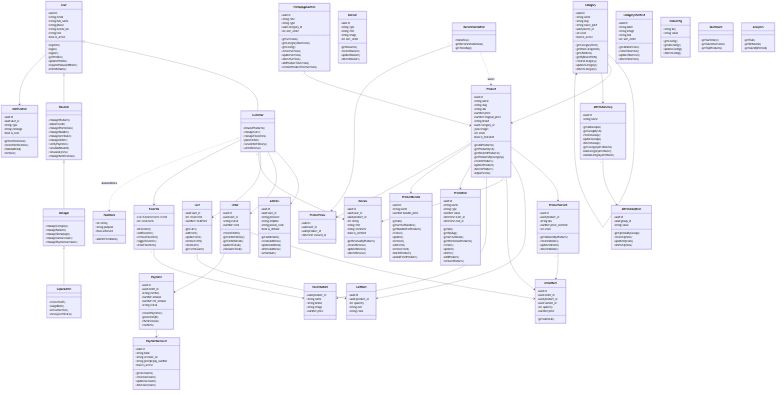
Above: docs/diagrams/02-class-diagram.png in flukerzanmk5547/Project-204 (Mermaid), before the change. Its source is kept beside it as docs/diagrams/02-class-diagram.mmd.
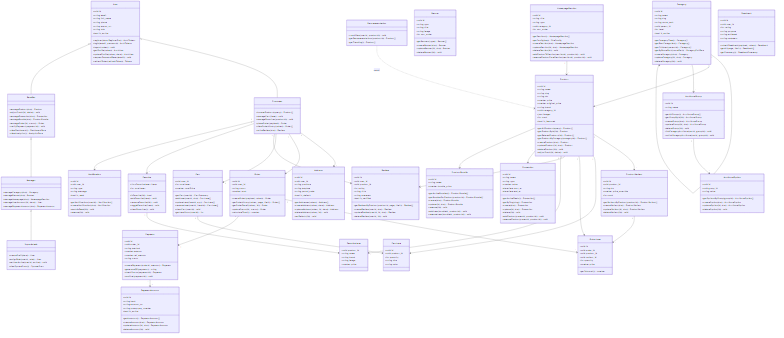
The same diagram one commit later.

Commit message:
docs: add parameters and return types to class diagram methods

Every method now shows its parameters and a return type (void where
nothing is returned), derived from the real api.ts functions and backend
services - e.g. login(email, password) AuthTokens, deleteProduct(id) void,
getOrderHistory(token, page, limit) Order[].

Change to the diagram source:
```diff
@@ -9,46 +9,44 @@
         +string avatar_url
         +string role
         +bool is_active
-        +register()
-        +login()
-        +logout()
-        +getProfile()
-        +updateProfile()
-        +requestPasswordReset()
-        +refreshToken()
+        +register(data RegisterDto) AuthTokens
+        +login(email, password) AuthTokens
+        +logout(token) void
+        +getProfile(token) AuthUser
+        +updateProfile(token, data) AuthUser
+        +requestPasswordReset(email) void
+        +refreshToken(refreshToken) Tokens
     }
     class Customer {
-        +browseProducts()
-        +manageCart()
-        +manageFavorites()
-        +placeOrder()
-        +viewOrderHistory()
-        +writeReview()
+        +browseProducts(query) Product[]
+        +manageCart(item) void
+        +manageFavorites(productId) void
+        +placeOrder(payload) Order
+        +viewOrderHistory(token) Order[]
+        +writeReview(dto) Review
     }
     class Reseller {
-        +manageProduct()
-        +adjustStock()
-        +managePromotion()
-        +manageBundle()
-        +manageAttribute()
-        +manageOrder()
-        +verifyPayment()
-        +viewDashboard()
-        +viewAnalytics()
-        +manageNotification()
+        +manageProduct(dto) Product
+        +adjustStock(id, delta) void
+        +managePromotion(dto) Promotion
+        +manageBundle(dto) ProductBundle
+        +manageOrder(id, status) Order
+        +verifyPayment(paymentId) void
+        +viewDashboard() DashboardData
+        +viewAnalytics() AnalyticsData
     }
     class Manager {
-        +manageCategory()
-        +manageBanner()
-        +manageHomepage()
-        +manageUserAccount()
-        +managePaymentAccount()
+        +manageCategory(dto) Category
+        +manageBanner(dto) Banner
+        +manageHomepage(dto) HomepageSection
+        +manageUserAccount(id, data) User
+        +managePaymentAccount(dto) PaymentAccount
     }
     class SuperAdmin {
-        +createStaff()
-        +assignRole()
-        +setUserActive()
-        +viewSystemStats()
+        +createStaff(data) User
+        +assignRole(userId, role) User
+        +setUserActive(userId, active) void
+        +viewSystemStats() SystemStats
     }
 
     class Category {
@@ -59,13 +57,13 @@
         +uuid parent_id
         +int level
         +bool is_active
-        +getCategoryTree()
-        +getRootCategories()
-        +getChildren()
-        +getByRoutePath()
-        +createCategory()
-        +updateCategory()
-        +deleteCategory()
+        +getCategoryTree() Category[]
+        +getRootCategories() Category[]
+        +getChildren(parentId) Category[]
+        +getByRoutePath(routePath) CategoryFullData
+        +createCategory(dto) Category
+        +updateCategory(id, dto) Category
+        +deleteCategory(id) void
     }
     class Product {
         +uuid id
@@ -79,14 +77,14 @@
         +json images
         +int stock
         +bool is_featured
-        +getAllProducts()
-        +getProductById()
-        +getRelatedProducts()
-        +getProductsByCategory()
-        +createProduct()
-        +updateProduct()
-        +deleteProduct()
-        +adjustStock()
+        +getAllProducts(query) Product[]
+        +getProductById(id) Product
+        +getRelatedProducts(id) Product[]
+        +getProductsByCategory(categoryId) Product[]
+        +createProduct(dto) Product
+        +updateProduct(id, dto) Product
+        +deleteProduct(id) void
+        +adjustStock(id, delta) void
     }
     class ProductVariant {
         +uuid id
@@ -94,43 +92,42 @@
         +string sku
         +number price_override
         +int stock
-        +getVariantsByProduct()
-        +createVariant()
-        +updateVariant()
-        +deleteVariant()
+        +getVariantsByProduct(productId) ProductVariant[]
+        +createVariant(dto) ProductVariant
+        +updateVariant(id, dto) ProductVariant
+        +deleteVariant(id) void
     }
     class AttributeGroup {
         +uuid id
         +string name
-        +getAllGroups()
-        +getGroupById()
-        +createGroup()
-        +updateGroup()
-        +deleteGroup()
-        +getCategoryAttributes()
-        +linkCategoryAttribute()
-        +unlinkCategoryAttribute()
+        +getAllGroups() AttributeGroup[]
+        +getGroupById(id) AttributeGroup
+        +createGroup(dto) AttributeGroup
+        +updateGroup(id, dto) AttributeGroup
+        +deleteGroup(id) void
+        +linkCategoryAttribute(catId, groupId) void
+        +unlinkCategoryAttribute(catId, groupId) void
     }
     class AttributeOption {
         +uuid id
         +uuid group_id
         +string value
-        +getOptionsByGroup()
-        +createOption()
-        +updateOption()
-        +deleteOption()
+        +getOptionsByGroup(groupId) AttributeOption[]
+        +createOption(dto) AttributeOption
+        +updateOption(id, dto) AttributeOption
+        +deleteOption(id) void
     }
 
     class Cart {
         +uuid user_id
         +int totalItems
         +number totalPrice
-        +getCart()
-        +addItem()
-        +updateItem()
-        +removeItem()
-        +clearCart()
-        +getItemCount()
+        +getCart(userId) CartSummary
+        +addItem(userId, dto) CartItem[]
+        +updateItem(itemId, qty) CartItem[]
+        +removeItem(userId, itemId) CartItem[]
+        +clearCart(userId) void
+        +getItemCount(userId) int
     }
     class CartItem {
         +uuid id
@@ -143,11 +140,11 @@
     class Favorite {
         +List~FavoriteItem~ items
         +int totalItems
-        +isFavorite()
-        +addFavorite()
-        +removeFavorite()
-        +toggleFavorite()
-        +clearFavorites()
+        +isFavorite(id) bool
+        +addFavorite(item) void
+        +removeFavorite(id) void
+        +toggleFavorite(item) void
+        +clearFavorites() void
     }
     class FavoriteItem {
         +uuid product_id
@@ -162,11 +159,11 @@
         +uuid user_id
         +string status
         +number total
-        +createOrder()
-        +getOrderHistory()
-        +getOrderDetail()
-        +updateStatus()
-        +calculateTotal()
+        +createOrder(payload, token) Order
+        +getOrderHistory(token, page, limit) Order[]
+        +getOrderDetail(token, id) Order
+        +updateStatus(id, status) Order
+        +calculateTotal() number
     }
     class OrderItem {
         +uuid id
@@ -175,7 +172,7 @@
         +uuid variant_id
         +int quantity
         +number price
-        +getSubtotal()
+        +getSubtotal() number
     }
     class Payment {
         +uuid id
@@ -184,10 +181,21 @@
         +number amount
         +number ref_amount
         +string status
-        +createPayment()
-        +generateQR()
-        +checkStatus()
-        +confirm()
+        +createPayment(orderId, amount) Payment
+        +generateQR(payment) string
+        +checkStatus(paymentId) Payment
+        +confirm(paymentId) void
+    }
+    class PaymentAccount {
+        +uuid id
+        +string bank
+        +string account_no
+        +string promptpay_number
+        +bool is_active
+        +getAccounts() PaymentAccount[]
+        +createAccount(dto) PaymentAccount
+        +updateAccount(id, dto) PaymentAccount
+        +deleteAccount(id) void
     }
     class Address {
         +uuid id
@@ -196,11 +204,11 @@
         +string amphoe
         +string postal_code
         +bool is_default
-        +getAddresses()
-        +createAddress()
-        +updateAddress()
-        +deleteAddress()
-        +setDefault()
+        +getAddresses(token) Address[]
+        +createAddress(token, data) Address
+        +updateAddress(token, id, data) Address
+        +deleteAddress(token, id) void
+        +setDefault(id) void
     }
     class Review {
         +uuid id
@@ -210,10 +218,10 @@
         +string title
         +string comment
         +bool is_verified
-        +getReviewsByProduct()
-        +createReview()
-        +updateReview()
-        +deleteReview()
+        +getReviewsByProduct(productId, page, limit) Review[]
+        +createReview(userId, dto) Review
+        +updateReview(userId, id, dto) Review
+        +deleteReview(userId, id) void
     }
 
     class Banner {
@@ -222,10 +230,10 @@
         +string title
         +string image
         +int sort_order
-        +getBanners()
-        +createBanner()
-        +updateBanner()
-        +deleteBanner()
+        +getBanners(type) Banner[]
+        +createBanner(dto) Banner
+        +updateBanner(id, dto) Banner
+        +deleteBanner(id) void
     }
     class Promotion {
         +uuid id
@@ -234,30 +242,25 @@
         +number value
         +datetime start_at
         +datetime end_at
-        +getAll()
-        +getBySlug()
-        +getActiveDeals()
-        +getPromotionProducts()
-        +create()
-        +update()
-        +delete()
-        +addProduct()
-        +removeProduct()
+        +getActiveDeals() Promotion[]
+        +getBySlug(slug) Promotion
+        +create(dto) Promotion
+        +update(id, dto) Promotion
+        +delete(id) void
+        +addProduct(promoId, productId) void
+        +removeProduct(promoId, productId) void
     }
     class ProductBundle {
         +uuid id
         +string name
         +number bundle_price
-        +getAll()
-        +getActiveBundles()
-        +getBundlesForProduct()
-        +create()
-        +update()
-        +remove()
-        +addItem()
-        +removeItem()
-        +linkToProduct()
-        +unlinkFromProduct()
+        +getActiveBundles() ProductBundle[]
+        +getBundlesForProduct(productId) ProductBundle[]
+        +create(dto) ProductBundle
+        +update(id, dto) ProductBundle
+        +remove(id) void
+        +addItem(bundleId, productId) void
+        +removeItem(bundleId, productId) void
     }
     class HomepageSection {
         +uuid id
@@ -265,55 +268,18 @@
         +string type
         +uuid category_id
         +int sort_order
-        +getSections()
-        +getCategoryShortcuts()
-        +getConfig()
-        +createSection()
-        +updateSection()
-        +deleteSection()
-        +addProductToSection()
-        +removeProductFromSection()
+        +getSections() HomepageSection[]
+        +getConfig(key) SiteConfig
+        +createSection(dto) HomepageSection
+        +updateSection(id, dto) HomepageSection
+        +deleteSection(id) void
+        +addProductToSection(sectionId, productId) void
+        +removeProductFromSection(sectionId, productId) void
     }
     class Recommendation {
-        +trackView()
-        +getRecommendations()
-        +getTrending()
-    }
-    class ProductView {
-        +uuid id
-        +uuid user_id
-        +uuid product_id
-        +datetime viewed_at
-    }
-    class CategoryShortcut {
-        +uuid id
-        +string label
-        +string image
-        +string link
-        +int sort_order
-        +getAllShortcuts()
-        +createShortcut()
-        +updateShortcut()
-        +deleteShortcut()
-    }
-    class SiteConfig {
-        +string key
-        +string value
-        +getConfig()
-        +getAllConfig()
-        +updateConfig()
-        +deleteConfig()
-    }
-    class PaymentAccount {
-        +uuid id
-        +string bank
-        +string account_no
-        +string promptpay_number
-        +bool is_active
-        +getAccounts()
-        +createAccount()
-        +updateAccount()
-        +deleteAccount()
+        +trackView(userId, productId) void
+        +getRecommendations(productId) Product[]
+        +getTrending() Product[]
     }
     class Notification {
         +uuid id
@@ -321,26 +287,21 @@
         +string type
         +string message
         +bool is_read
-        +getNotifications()
-        +createNotification()
-        +markAsRead()
-        +remove()
-    }
-    class Dashboard {
-        +getSummary()
-        +getSalesOverview()
-        +getTopProducts()
-    }
-    class Analytics {
-        +getFull()
-        +getBehavior()
-        +getSalesByPeriod()
+        +getNotifications(userId) Notification[]
+        +createNotification(dto) Notification
+        +markAsRead(id) void
+        +remove(id) void
     }
     class Feedback {
+        +uuid id
+        +uuid user_id
         +int rating
         +string purpose
-        +bool achieved
-        +submitFeedback()
+        +string achieved
+        +string comment
+        +submitFeedback(payload, token) Feedback
+        +getAll(page, limit) Feedback[]
+        +getSummary() FeedbackSummary
     }
 
     User <|-- Customer
@@ -353,6 +314,7 @@
     Customer "1" --> "1" Cart
     Customer "1" --> "*" Review
     Customer "1" --> "1" Favorite
+    Customer "1" --> "*" Notification
     Favorite "1" --> "*" FavoriteItem
 
     Category "1" --> "*" Category
@@ -374,10 +336,6 @@
     Order "1" --> "*" OrderItem
     Order "1" --> "1" Payment
     Payment "*" --> "1" PaymentAccount
-    User "1" --> "*" Notification
 
     HomepageSection "1" --> "*" Product
     Recommendation ..> Product : แนะนำ
-    Recommendation "1" --> "*" ProductView
-    Product "1" --> "*" ProductView
-    Customer ..> Feedback : ส่งแบบประเมิน
```
